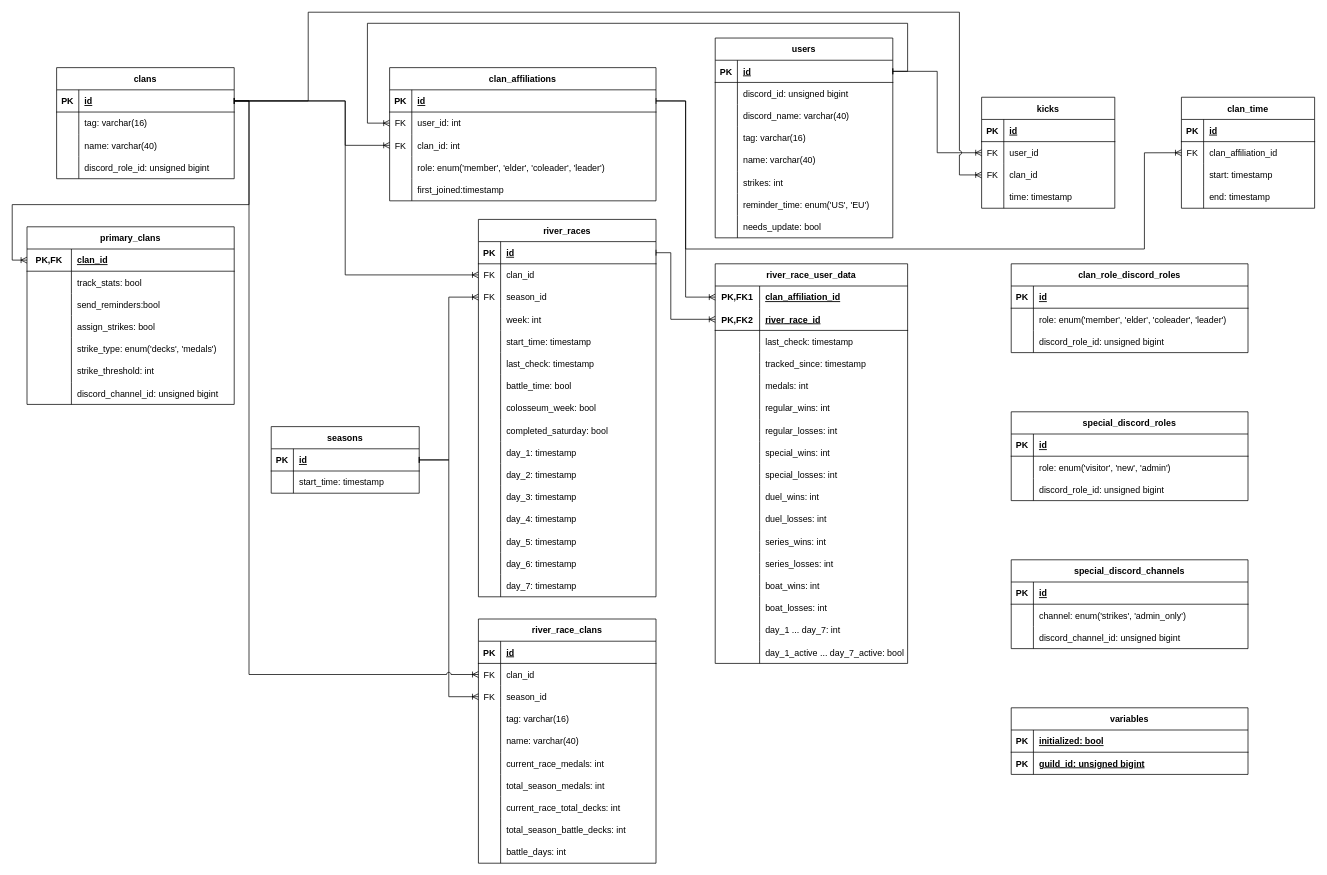
Earlier version of the draw.io diagram docs/DatabaseSchema.drawio (chradajan/ClashRoyaleManager). Source tidied: cells renumbered, new cells numbered last; positions are measured from the earlier drawing's top-left corner, leaving out a move shared by most shapes. Both pictures are drawn from the tidied source at 74%, with x=0, y=0 at pixel (12, 12).
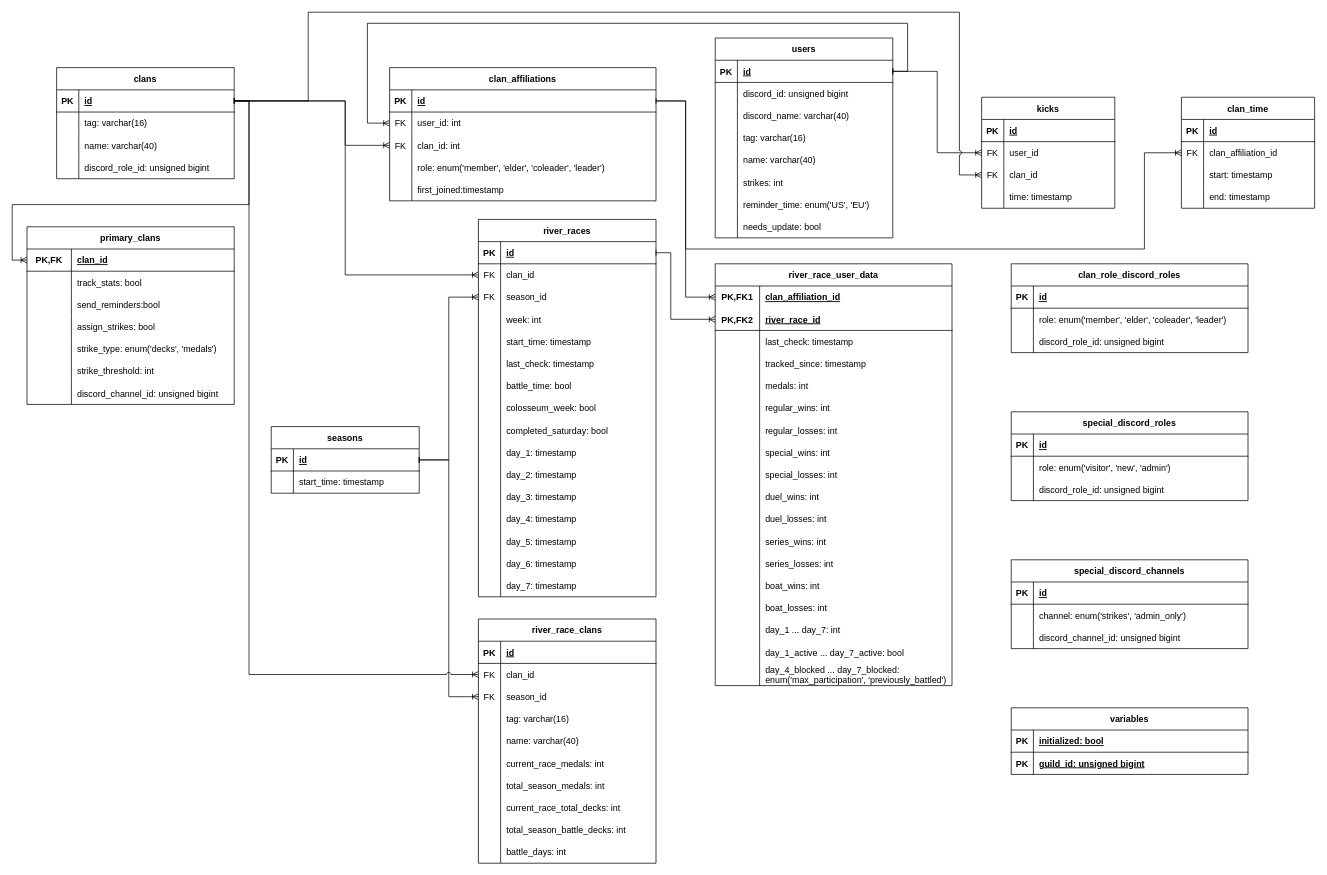
Above is the later version.

Commit message (it also covers changes not shown here):
Track whether users were blocked from participating on battle days

Change to the diagram source:
```diff
@@
     <mxCell id="127" value="river_race_user_data" style="shape=table;startSize=30;childLayout=tableLayout;rowLines=0;fontStyle=1;align=center;" parent="1" vertex="1">
-      <mxGeometry x="950" y="340" width="260" height="540" as="geometry" />
+      <mxGeometry x="950" y="340" width="320" height="570" as="geometry" />
     </mxCell>
     <mxCell id="128" style="shape=tableRow;horizontal=0;startSize=0;swimlaneHead=0;swimlaneBody=0;fillColor=none;points=[[0,0.5],[1,0.5]];portConstraint=eastwest;top=0;left=0;right=0;bottom=0;" parent="127" vertex="1">
-      <mxGeometry y="30" width="260" height="30" as="geometry" />
+      <mxGeometry y="30" width="320" height="30" as="geometry" />
     </mxCell>
@@
     <mxCell id="130" value="clan_affiliation_id" style="shape=partialRectangle;fillColor=none;top=0;left=0;bottom=0;right=0;align=left;spacingLeft=6;fontStyle=5;overflow=hidden;" parent="128" vertex="1">
-      <mxGeometry x="60" width="200" height="30" as="geometry" />
+      <mxGeometry x="60" width="260" height="30" as="geometry" />
     </mxCell>
     <mxCell id="131" style="shape=tableRow;horizontal=0;startSize=0;swimlaneHead=0;swimlaneBody=0;fillColor=none;points=[[0,0.5],[1,0.5]];portConstraint=eastwest;top=0;left=0;right=0;bottom=1;" parent="127" vertex="1">
-      <mxGeometry y="60" width="260" height="30" as="geometry" />
+      <mxGeometry y="60" width="320" height="30" as="geometry" />
     </mxCell>
@@
     <mxCell id="133" value="river_race_id" style="shape=partialRectangle;fillColor=none;top=0;left=0;bottom=0;right=0;align=left;spacingLeft=6;fontStyle=5;overflow=hidden;" parent="131" vertex="1">
-      <mxGeometry x="60" width="200" height="30" as="geometry" />
+      <mxGeometry x="60" width="260" height="30" as="geometry" />
     </mxCell>
     <mxCell id="134" style="shape=tableRow;horizontal=0;startSize=0;swimlaneHead=0;swimlaneBody=0;fillColor=none;top=0;left=0;right=0;bottom=0;" parent="127" vertex="1">
-      <mxGeometry y="90" width="260" height="30" as="geometry" />
+      <mxGeometry y="90" width="320" height="30" as="geometry" />
     </mxCell>
@@
     <mxCell id="136" value="last_check: timestamp" style="shape=partialRectangle;fillColor=none;top=0;left=0;bottom=0;right=0;align=left;spacingLeft=6;overflow=hidden;" parent="134" vertex="1">
-      <mxGeometry x="60" width="200" height="30" as="geometry" />
+      <mxGeometry x="60" width="260" height="30" as="geometry" />
     </mxCell>
     <mxCell id="137" style="shape=tableRow;horizontal=0;startSize=0;swimlaneHead=0;swimlaneBody=0;fillColor=none;top=0;left=0;right=0;bottom=0;" parent="127" vertex="1">
-      <mxGeometry y="120" width="260" height="30" as="geometry" />
+      <mxGeometry y="120" width="320" height="30" as="geometry" />
     </mxCell>
@@
     <mxCell id="139" value="tracked_since: timestamp" style="shape=partialRectangle;fillColor=none;top=0;left=0;bottom=0;right=0;align=left;spacingLeft=6;overflow=hidden;" parent="137" vertex="1">
-      <mxGeometry x="60" width="200" height="30" as="geometry" />
+      <mxGeometry x="60" width="260" height="30" as="geometry" />
     </mxCell>
     <mxCell id="140" style="shape=tableRow;horizontal=0;startSize=0;swimlaneHead=0;swimlaneBody=0;fillColor=none;top=0;left=0;right=0;bottom=0;" parent="127" vertex="1">
-      <mxGeometry y="150" width="260" height="30" as="geometry" />
+      <mxGeometry y="150" width="320" height="30" as="geometry" />
     </mxCell>
@@
     <mxCell id="142" value="medals: int" style="shape=partialRectangle;fillColor=none;top=0;left=0;bottom=0;right=0;align=left;spacingLeft=6;overflow=hidden;" parent="140" vertex="1">
-      <mxGeometry x="60" width="200" height="30" as="geometry" />
+      <mxGeometry x="60" width="260" height="30" as="geometry" />
     </mxCell>
     <mxCell id="143" style="shape=tableRow;horizontal=0;startSize=0;swimlaneHead=0;swimlaneBody=0;fillColor=none;top=0;left=0;right=0;bottom=0;" parent="127" vertex="1">
-      <mxGeometry y="180" width="260" height="30" as="geometry" />
+      <mxGeometry y="180" width="320" height="30" as="geometry" />
     </mxCell>
@@
     <mxCell id="145" value="regular_wins: int" style="shape=partialRectangle;fillColor=none;top=0;left=0;bottom=0;right=0;align=left;spacingLeft=6;overflow=hidden;" parent="143" vertex="1">
-      <mxGeometry x="60" width="200" height="30" as="geometry" />
+      <mxGeometry x="60" width="260" height="30" as="geometry" />
     </mxCell>
     <mxCell id="146" style="shape=tableRow;horizontal=0;startSize=0;swimlaneHead=0;swimlaneBody=0;fillColor=none;top=0;left=0;right=0;bottom=0;" parent="127" vertex="1">
-      <mxGeometry y="210" width="260" height="30" as="geometry" />
+      <mxGeometry y="210" width="320" height="30" as="geometry" />
     </mxCell>
@@
     <mxCell id="148" value="regular_losses: int" style="shape=partialRectangle;fillColor=none;top=0;left=0;bottom=0;right=0;align=left;spacingLeft=6;overflow=hidden;" parent="146" vertex="1">
-      <mxGeometry x="60" width="200" height="30" as="geometry" />
+      <mxGeometry x="60" width="260" height="30" as="geometry" />
     </mxCell>
     <mxCell id="149" style="shape=tableRow;horizontal=0;startSize=0;swimlaneHead=0;swimlaneBody=0;fillColor=none;top=0;left=0;right=0;bottom=0;" parent="127" vertex="1">
-      <mxGeometry y="240" width="260" height="30" as="geometry" />
+      <mxGeometry y="240" width="320" height="30" as="geometry" />
     </mxCell>
@@
     <mxCell id="151" value="special_wins: int" style="shape=partialRectangle;fillColor=none;top=0;left=0;bottom=0;right=0;align=left;spacingLeft=6;overflow=hidden;" parent="149" vertex="1">
-      <mxGeometry x="60" width="200" height="30" as="geometry" />
+      <mxGeometry x="60" width="260" height="30" as="geometry" />
     </mxCell>
     <mxCell id="152" style="shape=tableRow;horizontal=0;startSize=0;swimlaneHead=0;swimlaneBody=0;fillColor=none;top=0;left=0;right=0;bottom=0;" parent="127" vertex="1">
-      <mxGeometry y="270" width="260" height="30" as="geometry" />
+      <mxGeometry y="270" width="320" height="30" as="geometry" />
     </mxCell>
@@
     <mxCell id="154" value="special_losses: int" style="shape=partialRectangle;fillColor=none;top=0;left=0;bottom=0;right=0;align=left;spacingLeft=6;overflow=hidden;" parent="152" vertex="1">
-      <mxGeometry x="60" width="200" height="30" as="geometry" />
+      <mxGeometry x="60" width="260" height="30" as="geometry" />
     </mxCell>
     <mxCell id="155" style="shape=tableRow;horizontal=0;startSize=0;swimlaneHead=0;swimlaneBody=0;fillColor=none;top=0;left=0;right=0;bottom=0;" parent="127" vertex="1">
-      <mxGeometry y="300" width="260" height="30" as="geometry" />
+      <mxGeometry y="300" width="320" height="30" as="geometry" />
     </mxCell>
@@
     <mxCell id="157" value="duel_wins: int" style="shape=partialRectangle;fillColor=none;top=0;left=0;bottom=0;right=0;align=left;spacingLeft=6;overflow=hidden;" parent="155" vertex="1">
-      <mxGeometry x="60" width="200" height="30" as="geometry" />
+      <mxGeometry x="60" width="260" height="30" as="geometry" />
     </mxCell>
     <mxCell id="158" style="shape=tableRow;horizontal=0;startSize=0;swimlaneHead=0;swimlaneBody=0;fillColor=none;top=0;left=0;right=0;bottom=0;" parent="127" vertex="1">
-      <mxGeometry y="330" width="260" height="30" as="geometry" />
+      <mxGeometry y="330" width="320" height="30" as="geometry" />
     </mxCell>
@@
     <mxCell id="160" value="duel_losses: int" style="shape=partialRectangle;fillColor=none;top=0;left=0;bottom=0;right=0;align=left;spacingLeft=6;overflow=hidden;" parent="158" vertex="1">
-      <mxGeometry x="60" width="200" height="30" as="geometry" />
+      <mxGeometry x="60" width="260" height="30" as="geometry" />
     </mxCell>
     <mxCell id="161" style="shape=tableRow;horizontal=0;startSize=0;swimlaneHead=0;swimlaneBody=0;fillColor=none;top=0;left=0;right=0;bottom=0;" parent="127" vertex="1">
-      <mxGeometry y="360" width="260" height="30" as="geometry" />
+      <mxGeometry y="360" width="320" height="30" as="geometry" />
     </mxCell>
@@
     <mxCell id="163" value="series_wins: int" style="shape=partialRectangle;fillColor=none;top=0;left=0;bottom=0;right=0;align=left;spacingLeft=6;overflow=hidden;" parent="161" vertex="1">
-      <mxGeometry x="60" width="200" height="30" as="geometry" />
+      <mxGeometry x="60" width="260" height="30" as="geometry" />
     </mxCell>
     <mxCell id="164" style="shape=tableRow;horizontal=0;startSize=0;swimlaneHead=0;swimlaneBody=0;fillColor=none;top=0;left=0;right=0;bottom=0;" parent="127" vertex="1">
-      <mxGeometry y="390" width="260" height="30" as="geometry" />
+      <mxGeometry y="390" width="320" height="30" as="geometry" />
     </mxCell>
@@
     <mxCell id="166" value="series_losses: int" style="shape=partialRectangle;fillColor=none;top=0;left=0;bottom=0;right=0;align=left;spacingLeft=6;overflow=hidden;" parent="164" vertex="1">
-      <mxGeometry x="60" width="200" height="30" as="geometry" />
+      <mxGeometry x="60" width="260" height="30" as="geometry" />
     </mxCell>
     <mxCell id="167" style="shape=tableRow;horizontal=0;startSize=0;swimlaneHead=0;swimlaneBody=0;fillColor=none;top=0;left=0;right=0;bottom=0;" parent="127" vertex="1">
-      <mxGeometry y="420" width="260" height="30" as="geometry" />
+      <mxGeometry y="420" width="320" height="30" as="geometry" />
     </mxCell>
@@
     <mxCell id="169" value="boat_wins: int" style="shape=partialRectangle;fillColor=none;top=0;left=0;bottom=0;right=0;align=left;spacingLeft=6;overflow=hidden;" parent="167" vertex="1">
-      <mxGeometry x="60" width="200" height="30" as="geometry" />
+      <mxGeometry x="60" width="260" height="30" as="geometry" />
     </mxCell>
     <mxCell id="170" style="shape=tableRow;horizontal=0;startSize=0;swimlaneHead=0;swimlaneBody=0;fillColor=none;top=0;left=0;right=0;bottom=0;" parent="127" vertex="1">
-      <mxGeometry y="450" width="260" height="30" as="geometry" />
+      <mxGeometry y="450" width="320" height="30" as="geometry" />
     </mxCell>
@@
     <mxCell id="172" value="boat_losses: int" style="shape=partialRectangle;fillColor=none;top=0;left=0;bottom=0;right=0;align=left;spacingLeft=6;overflow=hidden;" parent="170" vertex="1">
-      <mxGeometry x="60" width="200" height="30" as="geometry" />
+      <mxGeometry x="60" width="260" height="30" as="geometry" />
     </mxCell>
     <mxCell id="173" style="shape=tableRow;horizontal=0;startSize=0;swimlaneHead=0;swimlaneBody=0;fillColor=none;top=0;left=0;right=0;bottom=0;" parent="127" vertex="1">
-      <mxGeometry y="480" width="260" height="30" as="geometry" />
+      <mxGeometry y="480" width="320" height="30" as="geometry" />
     </mxCell>
@@
     <mxCell id="175" value="day_1 ... day_7: int" style="shape=partialRectangle;fillColor=none;top=0;left=0;bottom=0;right=0;align=left;spacingLeft=6;overflow=hidden;" parent="173" vertex="1">
-      <mxGeometry x="60" width="200" height="30" as="geometry" />
+      <mxGeometry x="60" width="260" height="30" as="geometry" />
     </mxCell>
     <mxCell id="176" style="shape=tableRow;horizontal=0;startSize=0;swimlaneHead=0;swimlaneBody=0;fillColor=none;top=0;left=0;right=0;bottom=0;" parent="127" vertex="1">
-      <mxGeometry y="510" width="260" height="30" as="geometry" />
+      <mxGeometry y="510" width="320" height="30" as="geometry" />
     </mxCell>
@@
     <mxCell id="178" value="day_1_active ... day_7_active: bool" style="shape=partialRectangle;fillColor=none;top=0;left=0;bottom=0;right=0;align=left;spacingLeft=6;overflow=hidden;" parent="176" vertex="1">
-      <mxGeometry x="60" width="200" height="30" as="geometry" />
+      <mxGeometry x="60" width="260" height="30" as="geometry" />
     </mxCell>
+    <mxCell id="292" style="shape=tableRow;horizontal=0;startSize=0;swimlaneHead=0;swimlaneBody=0;fillColor=none;top=0;left=0;right=0;bottom=0;" parent="127" vertex="1">
+      <mxGeometry y="540" width="320" height="30" as="geometry" />
+    </mxCell>
+    <mxCell id="293" style="shape=partialRectangle;fillColor=none;top=0;left=0;bottom=0;right=0;overflow=hidden;" parent="292" vertex="1">
+      <mxGeometry width="60" height="30" as="geometry" />
+    </mxCell>
+    <mxCell id="294" value="day_4_blocked ... day_7_blocked: &#10;enum('max_participation', 'previously_battled')" style="shape=partialRectangle;fillColor=none;top=0;left=0;bottom=0;right=0;align=left;spacingLeft=6;overflow=hidden;" parent="292" vertex="1">
+      <mxGeometry x="60" width="260" height="30" as="geometry" />
+    </mxCell>
```
